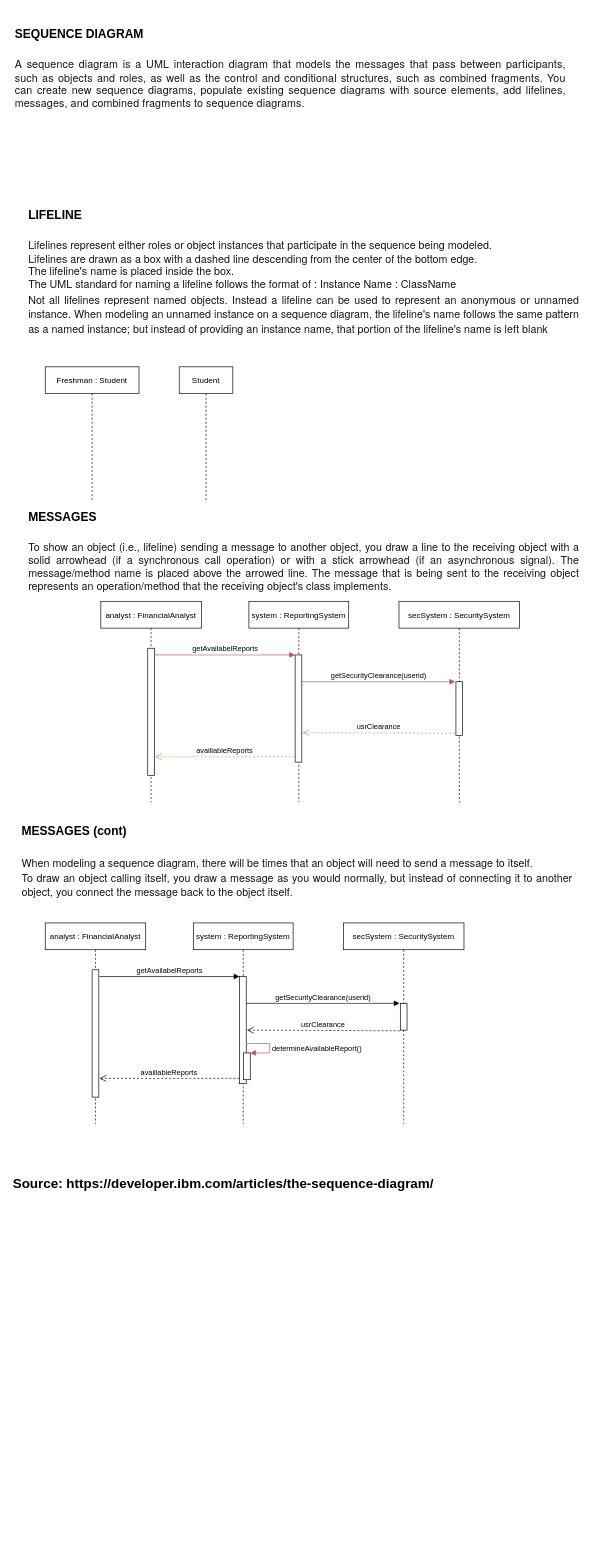
Earlier version of the draw.io diagram page "Sequence Basic" (1 of 3) of Sequence.drawio (huutriGh/Apptech-Diagram). Source tidied: cells renumbered, new cells numbered last; positions are measured from the earlier drawing's top-left corner, leaving out a move shared by most shapes. Both pictures are drawn from the tidied source at 67%, with x=0, y=0 at pixel (11, 18).
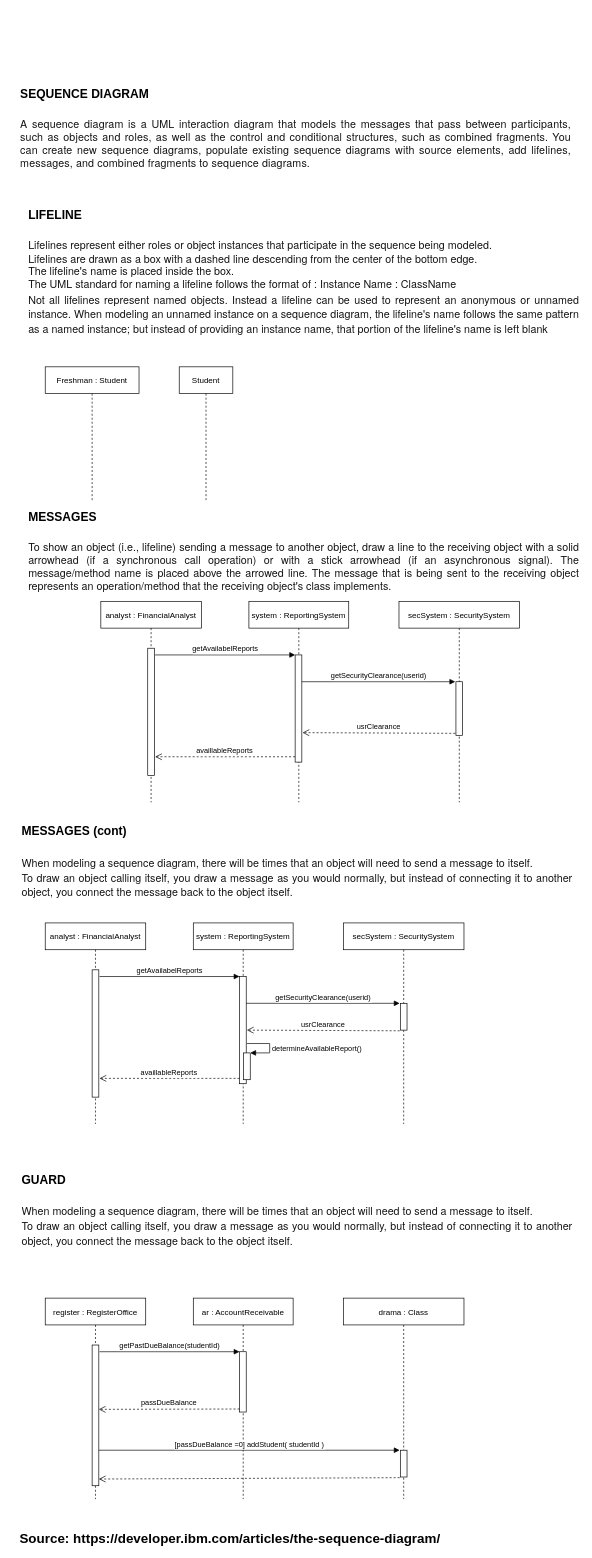
After the change.

The change refers to these unchanged cells:
```xml
<mxCell id="5" style="points=[];perimeter=orthogonalPerimeter;rounded=0;shadow=0;strokeWidth=1;" parent="4" vertex="1">
  <mxGeometry x="69" y="80" width="10" height="160" as="geometry" />
</mxCell>
<mxCell id="14" style="points=[];perimeter=orthogonalPerimeter;rounded=0;shadow=0;strokeWidth=1;" parent="13" vertex="1">
  <mxGeometry x="85" y="120" width="10" height="80" as="geometry" />
</mxCell>
<mxCell id="19" value="system : ReportingSystem" style="shape=umlLifeline;perimeter=lifelinePerimeter;rounded=0;shadow=0;strokeWidth=1;" parent="1" vertex="1">
  <mxGeometry x="271" y="1350" width="149" height="300" as="geometry" />
</mxCell>
<mxCell id="21" style="html=1;points=[];perimeter=orthogonalPerimeter;fontSize=18;" parent="19" vertex="1">
  <mxGeometry x="75" y="194" width="10" height="40" as="geometry" />
</mxCell>
```

What changed in the source:
```diff
@@
-    <mxCell id="6" value="availlableReports" style="verticalAlign=bottom;endArrow=open;dashed=1;endSize=8;exitX=0;exitY=0.95;shadow=0;strokeWidth=1;fillColor=#d5e8d4;strokeColor=#82b366;" parent="1" edge="1" source="5">
+    <mxCell id="6" value="availlableReports" style="verticalAlign=bottom;endArrow=open;dashed=1;endSize=8;exitX=0;exitY=0.95;shadow=0;strokeWidth=1;fillColor=#d5e8d4;strokeColor=#000000;" parent="1" edge="1" source="5">
       <mxGeometry relative="1" as="geometry">
         <mxPoint x="214" y="1102" as="targetPoint" />
       </mxGeometry>
     </mxCell>
-    <mxCell id="7" value="getAvailabelReports" style="verticalAlign=bottom;endArrow=block;entryX=0;entryY=0;shadow=0;strokeWidth=1;fillColor=#f8cecc;strokeColor=#b85450;" parent="1" edge="1" target="5">
+    <mxCell id="7" value="getAvailabelReports" style="verticalAlign=bottom;endArrow=block;entryX=0;entryY=0;shadow=0;strokeWidth=1;fillColor=#f8cecc;strokeColor=#000000;" parent="1" edge="1" target="5">
       <mxGeometry relative="1" as="geometry">
         <mxPoint x="214" y="950" as="sourcePoint" />
       </mxGeometry>
     </mxCell>
-    <mxCell id="8" value="usrClearance" style="verticalAlign=bottom;endArrow=open;dashed=1;endSize=8;shadow=0;strokeWidth=1;exitX=-0.1;exitY=0.963;exitDx=0;exitDy=0;exitPerimeter=0;fillColor=#d5e8d4;strokeColor=#82b366;" parent="1" edge="1" source="14">
+    <mxCell id="8" value="usrClearance" style="verticalAlign=bottom;endArrow=open;dashed=1;endSize=8;shadow=0;strokeWidth=1;exitX=-0.1;exitY=0.963;exitDx=0;exitDy=0;exitPerimeter=0;fillColor=#d5e8d4;strokeColor=#000000;" parent="1" edge="1" source="14">
       <mxGeometry relative="1" as="geometry">
         <mxPoint x="434" y="1066" as="targetPoint" />
       </mxGeometry>
     </mxCell>
@@
-    <mxCell id="12" value="&lt;h4 style=&quot;text-align: justify;&quot;&gt;&lt;font style=&quot;font-size: 18px;&quot;&gt;MESSAGES&lt;/font&gt;&lt;/h4&gt;&lt;span style=&quot;color: rgb(22, 22, 22); font-family: &amp;quot;IBM Plex Sans&amp;quot;, &amp;quot;Helvetica Neue&amp;quot;, Arial, sans-serif; font-size: 16px; background-color: rgb(255, 255, 255);&quot;&gt;&lt;div style=&quot;text-align: justify;&quot;&gt;&lt;span style=&quot;text-align: start;&quot;&gt;To show an object (i.e., lifeline) sending a message to another object, you draw a line to the receiving object with a solid arrowhead (if a synchronous call operation) or with a stick arrowhead (if an asynchronous signal). The message/method name is placed above the arrowed line. The message that is being sent to the receiving object represents an operation/method that the receiving object's class implements.&amp;nbsp;&lt;/span&gt;&lt;br&gt;&lt;/div&gt;&lt;/span&gt;&lt;span style=&quot;background-color: rgb(255, 255, 255);&quot;&gt;&lt;div style=&quot;text-align: justify;&quot;&gt;&lt;br&gt;&lt;/div&gt;&lt;/span&gt;&lt;span style=&quot;background-color: rgb(244, 244, 244); letter-spacing: 0.32px;&quot;&gt;&lt;div style=&quot;text-align: justify;&quot;&gt;&lt;font face=&quot;IBM Plex Mono, Menlo, DejaVu Sans Mono, Bitstream Vera Sans Mono, Courier, monospace&quot; color=&quot;#161616&quot;&gt;&lt;br&gt;&lt;/font&gt;&lt;/div&gt;&lt;/span&gt;" style="text;html=1;strokeColor=none;fillColor=none;spacing=5;spacingTop=-20;whiteSpace=wrap;overflow=hidden;rounded=0;fontSize=18;" parent="1" vertex="1">
+    <mxCell id="12" value="&lt;h4 style=&quot;text-align: justify;&quot;&gt;&lt;font style=&quot;font-size: 18px;&quot;&gt;MESSAGES&lt;/font&gt;&lt;/h4&gt;&lt;span style=&quot;color: rgb(22, 22, 22); font-family: &amp;quot;IBM Plex Sans&amp;quot;, &amp;quot;Helvetica Neue&amp;quot;, Arial, sans-serif; font-size: 16px; background-color: rgb(255, 255, 255);&quot;&gt;&lt;div style=&quot;text-align: justify;&quot;&gt;&lt;span style=&quot;text-align: start;&quot;&gt;To show an object (i.e., lifeline) sending a message to another object, draw a line to the receiving object with a solid arrowhead (if a synchronous call operation) or with a stick arrowhead (if an asynchronous signal). The message/method name is placed above the arrowed line. The message that is being sent to the receiving object represents an operation/method that the receiving object's class implements.&amp;nbsp;&lt;/span&gt;&lt;br&gt;&lt;/div&gt;&lt;/span&gt;&lt;span style=&quot;background-color: rgb(255, 255, 255);&quot;&gt;&lt;div style=&quot;text-align: justify;&quot;&gt;&lt;br&gt;&lt;/div&gt;&lt;/span&gt;&lt;span style=&quot;background-color: rgb(244, 244, 244); letter-spacing: 0.32px;&quot;&gt;&lt;div style=&quot;text-align: justify;&quot;&gt;&lt;font face=&quot;IBM Plex Mono, Menlo, DejaVu Sans Mono, Bitstream Vera Sans Mono, Courier, monospace&quot; color=&quot;#161616&quot;&gt;&lt;br&gt;&lt;/font&gt;&lt;/div&gt;&lt;/span&gt;" style="text;html=1;strokeColor=none;fillColor=none;spacing=5;spacingTop=-20;whiteSpace=wrap;overflow=hidden;rounded=0;fontSize=18;" parent="1" vertex="1">
       <mxGeometry x="20" y="720" width="830" height="140" as="geometry" />
     </mxCell>
@@
-    <mxCell id="15" value="getSecurityClearance(userid)" style="verticalAlign=bottom;endArrow=block;entryX=0;entryY=0;shadow=0;strokeWidth=1;exitX=1;exitY=0.25;exitDx=0;exitDy=0;exitPerimeter=0;fillColor=#f8cecc;strokeColor=#b85450;" parent="1" edge="1" source="5">
+    <mxCell id="15" value="getSecurityClearance(userid)" style="verticalAlign=bottom;endArrow=block;entryX=0;entryY=0;shadow=0;strokeWidth=1;exitX=1;exitY=0.25;exitDx=0;exitDy=0;exitPerimeter=0;fillColor=#f8cecc;strokeColor=#000000;" parent="1" edge="1" source="5">
       <mxGeometry relative="1" as="geometry">
         <mxPoint x="662" y="990" as="targetPoint" />
       </mxGeometry>
     </mxCell>
     <mxCell id="16" value="&lt;h4 style=&quot;text-align: justify;&quot;&gt;&lt;font style=&quot;font-size: 18px;&quot;&gt;MESSAGES (cont)&lt;/font&gt;&lt;/h4&gt;&lt;span style=&quot;background-color: rgb(255, 255, 255);&quot;&gt;&lt;div style=&quot;text-align: start;&quot;&gt;&lt;font face=&quot;IBM Plex Sans, Helvetica Neue, Arial, sans-serif&quot; color=&quot;#161616&quot;&gt;&lt;span style=&quot;font-size: 16px;&quot;&gt;When modeling a sequence diagram, there will be times that an object will need to send a message to itself.&lt;/span&gt;&lt;/font&gt;&lt;br&gt;&lt;/div&gt;&lt;/span&gt;&lt;span style=&quot;background-color: rgb(255, 255, 255);&quot;&gt;&lt;div style=&quot;text-align: justify;&quot;&gt;&lt;span style=&quot;color: rgb(22, 22, 22); font-family: &amp;quot;IBM Plex Sans&amp;quot;, &amp;quot;Helvetica Neue&amp;quot;, Arial, sans-serif; font-size: 16px; text-align: start;&quot;&gt;To draw an object calling itself, you draw a message as you would normally, but instead of connecting it to another object, you connect the message back to the object itself.&lt;/span&gt;&lt;br&gt;&lt;/div&gt;&lt;/span&gt;" style="text;html=1;strokeColor=none;fillColor=none;spacing=5;spacingTop=-20;whiteSpace=wrap;overflow=hidden;rounded=0;fontSize=18;" parent="1" vertex="1">
-      <mxGeometry x="10" y="1190" width="830" height="160" as="geometry" />
+      <mxGeometry x="10" y="1190" width="830" height="130" as="geometry" />
     </mxCell>
@@
-    <mxCell id="22" value="&lt;font style=&quot;font-size: 11px;&quot;&gt;determineAvailableReport()&lt;/font&gt;" style="edgeStyle=orthogonalEdgeStyle;html=1;align=left;spacingLeft=2;endArrow=block;rounded=0;entryX=1;entryY=0;fontSize=18;fillColor=#f8cecc;strokeColor=#b85450;" parent="19" edge="1" target="21">
+    <mxCell id="22" value="&lt;font style=&quot;font-size: 11px;&quot;&gt;determineAvailableReport()&lt;/font&gt;" style="edgeStyle=orthogonalEdgeStyle;html=1;align=left;spacingLeft=2;endArrow=block;rounded=0;entryX=1;entryY=0;fontSize=18;fillColor=#f8cecc;strokeColor=#000000;" parent="19" edge="1" target="21">
       <mxGeometry relative="1" as="geometry">
         <mxPoint x="80" y="180" as="sourcePoint" />
         <Array as="points">
           <mxPoint x="114" y="180" />
           <mxPoint x="114" y="194" />
         </Array>
       </mxGeometry>
     </mxCell>
@@
     <mxCell id="29" value="&lt;h4 style=&quot;text-align: justify;&quot;&gt;SEQUENCE DIAGRAM&lt;/h4&gt;&lt;span style=&quot;color: rgb(22, 22, 22); font-family: &amp;quot;IBM Plex Sans&amp;quot;, &amp;quot;Helvetica Neue&amp;quot;, Arial, sans-serif; font-size: 16px; background-color: rgb(255, 255, 255);&quot;&gt;&lt;div style=&quot;text-align: justify;&quot;&gt;&lt;span style=&quot;letter-spacing: 0.16px; text-align: start;&quot;&gt;A sequence diagram is a UML interaction diagram that models the messages that pass between participants, such as objects and roles, as well as the control and conditional structures, such as combined fragments. You can create new sequence diagrams, populate existing sequence diagrams with source elements, add lifelines, messages, and combined fragments to sequence diagrams.&lt;/span&gt;&lt;br&gt;&lt;/div&gt;&lt;/span&gt;&lt;span style=&quot;background-color: rgb(255, 255, 255);&quot;&gt;&lt;div style=&quot;text-align: justify;&quot;&gt;&lt;br&gt;&lt;/div&gt;&lt;/span&gt;&lt;span style=&quot;background-color: rgb(244, 244, 244); letter-spacing: 0.32px;&quot;&gt;&lt;div style=&quot;text-align: justify;&quot;&gt;&lt;font face=&quot;IBM Plex Mono, Menlo, DejaVu Sans Mono, Bitstream Vera Sans Mono, Courier, monospace&quot; color=&quot;#161616&quot;&gt;&lt;br&gt;&lt;/font&gt;&lt;/div&gt;&lt;/span&gt;" style="text;html=1;strokeColor=none;fillColor=none;spacing=5;spacingTop=-20;whiteSpace=wrap;overflow=hidden;rounded=0;fontSize=18;" parent="1" vertex="1">
-      <mxGeometry width="830" height="160" as="geometry" />
+      <mxGeometry x="8" y="89" width="830" height="160" as="geometry" />
     </mxCell>
     <mxCell id="30" value="Source: https://developer.ibm.com/articles/the-sequence-diagram/" style="text;whiteSpace=wrap;html=1;fontStyle=1;fontSize=20;" parent="1" vertex="1">
-      <mxGeometry y="1720" width="660" height="30" as="geometry" />
+      <mxGeometry x="10" y="2250" width="660" height="30" as="geometry" />
     </mxCell>
+    <mxCell id="31" value="&lt;h4 style=&quot;text-align: justify;&quot;&gt;&lt;font style=&quot;font-size: 18px;&quot;&gt;GUARD&lt;/font&gt;&lt;/h4&gt;&lt;span style=&quot;background-color: rgb(255, 255, 255);&quot;&gt;&lt;div style=&quot;text-align: start;&quot;&gt;&lt;font face=&quot;IBM Plex Sans, Helvetica Neue, Arial, sans-serif&quot; color=&quot;#161616&quot;&gt;&lt;span style=&quot;font-size: 16px;&quot;&gt;When modeling a sequence diagram, there will be times that an object will need to send a message to itself.&lt;/span&gt;&lt;/font&gt;&lt;br&gt;&lt;/div&gt;&lt;/span&gt;&lt;span style=&quot;background-color: rgb(255, 255, 255);&quot;&gt;&lt;div style=&quot;text-align: justify;&quot;&gt;&lt;span style=&quot;color: rgb(22, 22, 22); font-family: &amp;quot;IBM Plex Sans&amp;quot;, &amp;quot;Helvetica Neue&amp;quot;, Arial, sans-serif; font-size: 16px; text-align: start;&quot;&gt;To draw an object calling itself, you draw a message as you would normally, but instead of connecting it to another object, you connect the message back to the object itself.&lt;/span&gt;&lt;br&gt;&lt;/div&gt;&lt;/span&gt;" style="text;html=1;strokeColor=none;fillColor=none;spacing=5;spacingTop=-20;whiteSpace=wrap;overflow=hidden;rounded=0;fontSize=18;" parent="1" vertex="1">
+      <mxGeometry x="10" y="1710" width="830" height="150" as="geometry" />
+    </mxCell>
+    <mxCell id="32" value="register : RegisterOffice" style="shape=umlLifeline;perimeter=lifelinePerimeter;rounded=0;shadow=0;strokeWidth=1;" parent="1" vertex="1">
+      <mxGeometry x="50" y="1910" width="150" height="300" as="geometry" />
+    </mxCell>
+    <mxCell id="33" style="perimeter=orthogonalPerimeter;rounded=0;shadow=0;strokeWidth=1;" parent="32" vertex="1">
+      <mxGeometry x="70" y="70" width="10" height="210" as="geometry" />
+    </mxCell>
+    <mxCell id="34" value="ar : AccountReceivable" style="shape=umlLifeline;perimeter=lifelinePerimeter;rounded=0;shadow=0;strokeWidth=1;" parent="1" vertex="1">
+      <mxGeometry x="271" y="1910" width="149" height="300" as="geometry" />
+    </mxCell>
+    <mxCell id="35" style="points=[];perimeter=orthogonalPerimeter;rounded=0;shadow=0;strokeWidth=1;" parent="34" vertex="1">
+      <mxGeometry x="69" y="80" width="10" height="90" as="geometry" />
+    </mxCell>
+    <mxCell id="36" value="passDueBalance" style="verticalAlign=bottom;endArrow=open;dashed=1;endSize=8;exitX=0;exitY=0.95;shadow=0;strokeWidth=1;" parent="1" edge="1" source="35">
+      <mxGeometry relative="1" as="geometry">
+        <mxPoint x="130" y="2076" as="targetPoint" />
+      </mxGeometry>
+    </mxCell>
+    <mxCell id="37" value="getPastDueBalance(studentId)" style="verticalAlign=bottom;endArrow=block;entryX=0;entryY=0;shadow=0;strokeWidth=1;" parent="1" edge="1" target="35">
+      <mxGeometry relative="1" as="geometry">
+        <mxPoint x="131" y="1990" as="sourcePoint" />
+      </mxGeometry>
+    </mxCell>
+    <mxCell id="38" style="verticalAlign=bottom;endArrow=open;dashed=1;endSize=8;shadow=0;strokeWidth=1;exitX=-0.1;exitY=0.963;exitDx=0;exitDy=0;exitPerimeter=0;" parent="1" edge="1">
+      <mxGeometry relative="1" as="geometry">
+        <mxPoint x="579" y="2178" as="sourcePoint" />
+        <mxPoint x="130" y="2180" as="targetPoint" />
+      </mxGeometry>
+    </mxCell>
+    <mxCell id="39" value="drama : Class" style="shape=umlLifeline;perimeter=lifelinePerimeter;rounded=0;shadow=0;strokeWidth=1;" parent="1" vertex="1">
+      <mxGeometry x="495" y="1910" width="180" height="300" as="geometry" />
+    </mxCell>
+    <mxCell id="40" style="perimeter=orthogonalPerimeter;rounded=0;shadow=0;strokeWidth=1;" parent="39" vertex="1">
+      <mxGeometry x="85" y="227" width="10" height="40" as="geometry" />
+    </mxCell>
+    <mxCell id="41" value="[passDueBalance =0] addStudent( studentId )" style="verticalAlign=bottom;endArrow=block;entryX=0;entryY=0;shadow=0;strokeWidth=1;" parent="1" edge="1">
+      <mxGeometry relative="1" as="geometry">
+        <mxPoint x="130" y="2137" as="sourcePoint" />
+        <mxPoint x="579" y="2137" as="targetPoint" />
+      </mxGeometry>
+    </mxCell>
```
